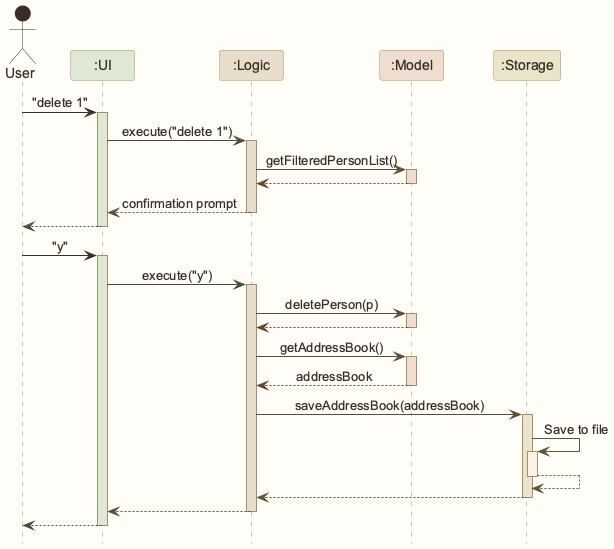
The PlantUML diagram images/ArchitectureSequenceDiagram.png in AY2627S1-CS2103T-W12-1/tp, before a commit.
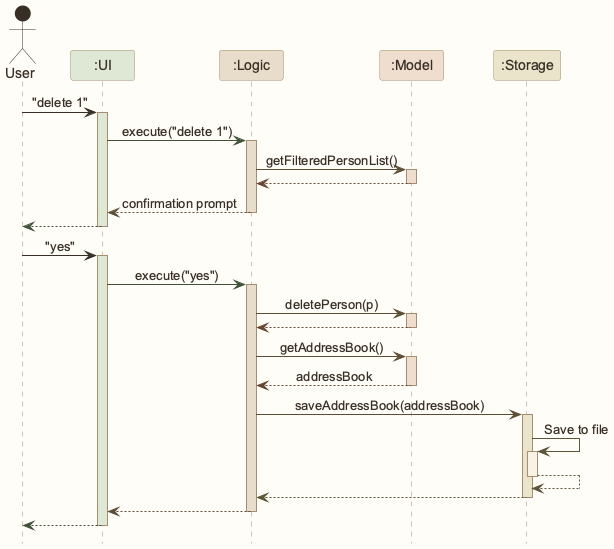
Above is the later version.

Change to the diagram source:
```diff
@@ -1,5 +1,4 @@
 @startuml
-!pragma layout smetana
 !include style.puml
 skinparam ArrowFontStyle plain
 
@@ -27,10 +26,10 @@
 ui--[UI_COLOR_T4]> user
 deactivate ui
 
-user -[USER_COLOR]> ui : "y"
+user -[USER_COLOR]> ui : "yes"
 activate ui UI_COLOR
 
-ui -[UI_COLOR_T4]> logic : execute("y")
+ui -[UI_COLOR_T4]> logic : execute("yes")
 activate logic LOGIC_COLOR
 
 logic -[LOGIC_COLOR_T4]> model : deletePerson(p)
```
